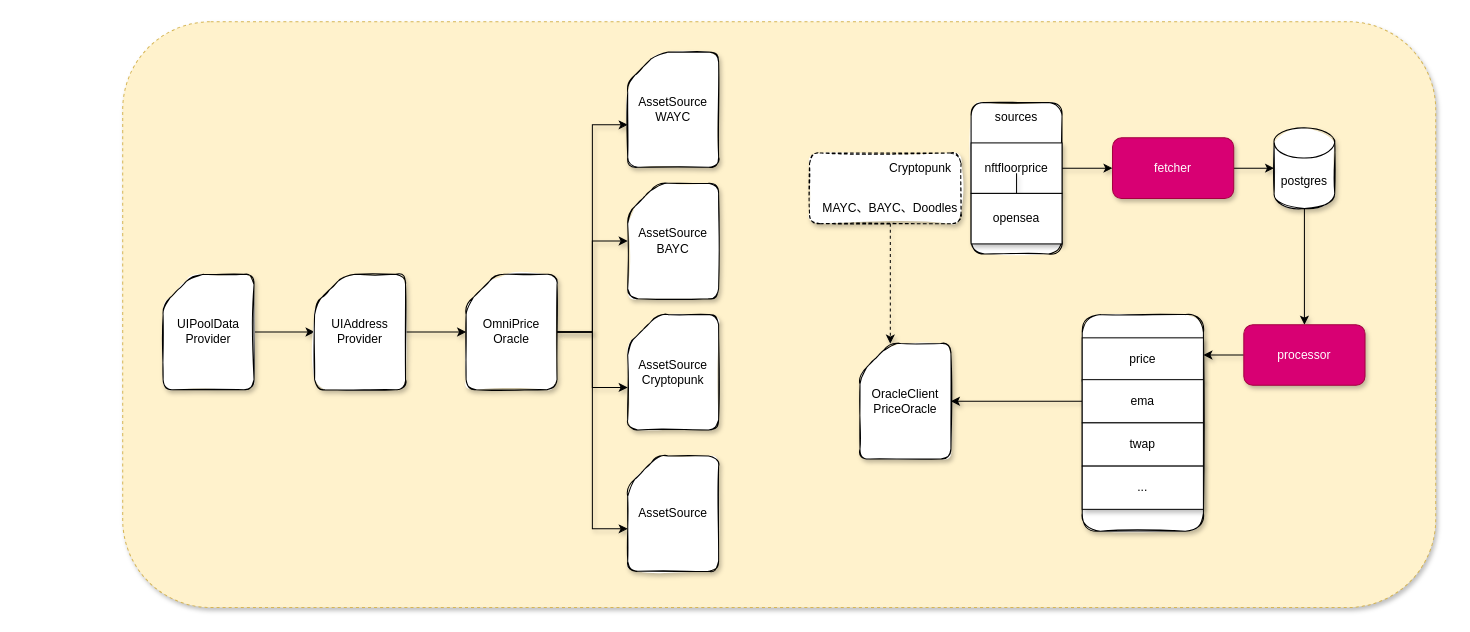
Before: drawio/nft-price-oracle.drawio in 0xrjman/resources, a draw.io diagram. Source tidied: cells renumbered, new cells numbered last; positions are measured from the earlier drawing's top-left corner, leaving out a move shared by most shapes. Both pictures are drawn from the tidied source at 101%, with x=0, y=0 at pixel (122, 21).
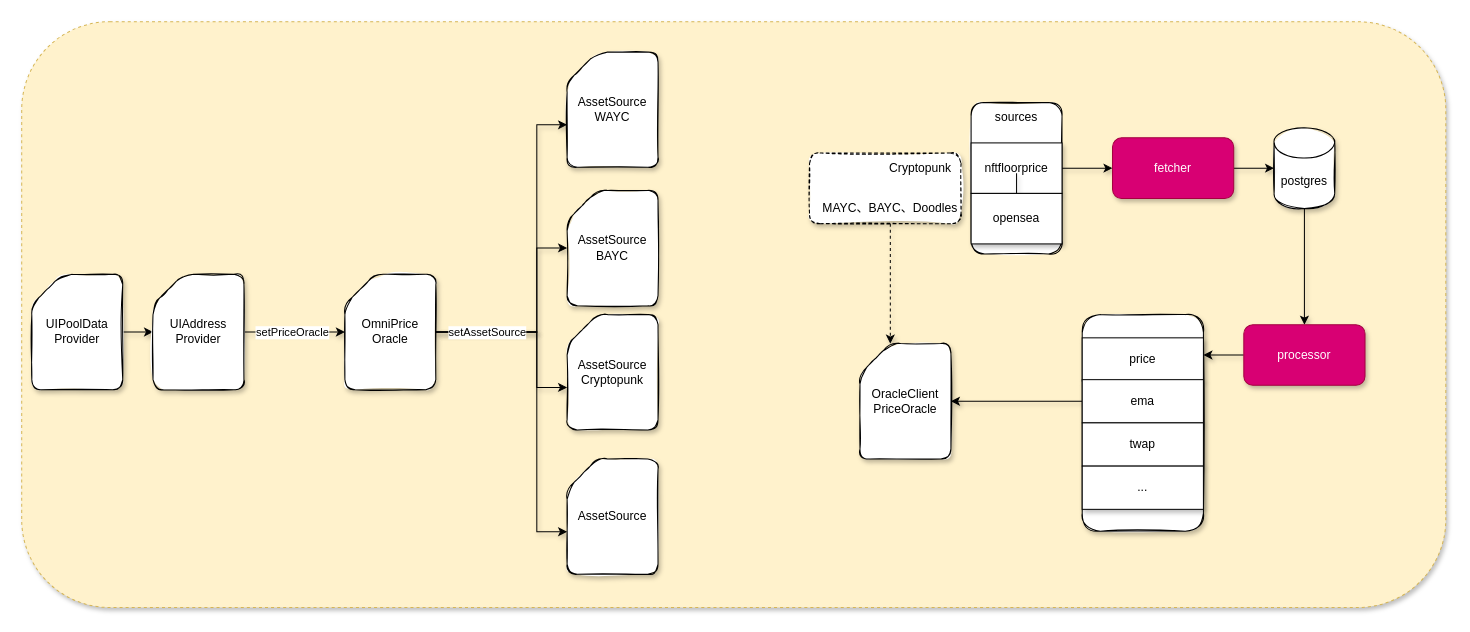
The same page after the edit.

The change refers to these unchanged cells:
```xml
<mxCell id="28" style="edgeStyle=orthogonalEdgeStyle;rounded=0;jettySize=auto;html=1;exitX=1;exitY=0.5;exitDx=0;exitDy=0;exitPerimeter=0;shadow=1;" parent="1" edge="1" source="29" target="34">
  <mxGeometry relative="1" as="geometry" />
</mxCell>
```

Change to the diagram source:
```diff
@@
     <mxCell id="2" style="rounded=1;whiteSpace=wrap;html=1;dashed=1;fillColor=#fff2cc;strokeColor=#d6b656;glass=0;shadow=1;" parent="1" vertex="1">
-      <mxGeometry width="1300" height="580" as="geometry" />
+      <mxGeometry x="-100" width="1410" height="580" as="geometry" />
     </mxCell>
@@
     <mxCell id="27" value="UIPoolData&lt;br&gt;Provider" style="shape=card;whiteSpace=wrap;html=1;shadow=1;rounded=1;sketch=1;" parent="1" vertex="1">
-      <mxGeometry x="40" y="250.1" width="90" height="114.2" as="geometry" />
+      <mxGeometry x="-90" y="250.1" width="90" height="114.2" as="geometry" />
     </mxCell>
@@
+    <mxCell id="39" value="setPriceOracle" style="edgeLabel;html=1;align=center;verticalAlign=middle;" parent="28" vertex="1">
+      <mxGeometry x="-0.33" y="-1" relative="1" as="geometry">
+        <mxPoint x="13" y="-1" as="offset" />
+      </mxGeometry>
+    </mxCell>
     <mxCell id="29" value="UIAddress&lt;br&gt;Provider" style="shape=card;whiteSpace=wrap;html=1;shadow=1;rounded=1;sketch=1;" parent="1" vertex="1">
-      <mxGeometry x="190" y="250.1" width="90" height="114.2" as="geometry" />
+      <mxGeometry x="30" y="250.1" width="90" height="114.2" as="geometry" />
     </mxCell>
     <mxCell id="30" style="edgeStyle=orthogonalEdgeStyle;rounded=0;jettySize=auto;html=1;exitX=1;exitY=0.5;exitDx=0;exitDy=0;exitPerimeter=0;shadow=1;" parent="1" edge="1" source="34" target="35">
-      <mxGeometry relative="1" as="geometry" />
+      <mxGeometry relative="1" as="geometry">
+        <Array as="points">
+          <mxPoint x="410" y="307" />
+          <mxPoint x="410" y="224" />
+        </Array>
+      </mxGeometry>
     </mxCell>
     <mxCell id="31" style="edgeStyle=orthogonalEdgeStyle;rounded=0;jettySize=auto;html=1;exitX=1;exitY=0.5;exitDx=0;exitDy=0;exitPerimeter=0;entryX=0;entryY=0;entryDx=0;entryDy=72.10499999999999;entryPerimeter=0;shadow=1;" parent="1" edge="1" source="34" target="36">
-      <mxGeometry relative="1" as="geometry" />
+      <mxGeometry relative="1" as="geometry">
+        <Array as="points">
+          <mxPoint x="410" y="307" />
+          <mxPoint x="410" y="362" />
+        </Array>
+      </mxGeometry>
     </mxCell>
     <mxCell id="32" style="edgeStyle=orthogonalEdgeStyle;rounded=0;jettySize=auto;html=1;exitX=1;exitY=0.5;exitDx=0;exitDy=0;exitPerimeter=0;entryX=0;entryY=0;entryDx=0;entryDy=72.10499999999999;entryPerimeter=0;shadow=1;" parent="1" edge="1" source="34" target="37">
-      <mxGeometry relative="1" as="geometry" />
+      <mxGeometry relative="1" as="geometry">
+        <Array as="points">
+          <mxPoint x="410" y="307" />
+          <mxPoint x="410" y="505" />
+        </Array>
+      </mxGeometry>
     </mxCell>
     <mxCell id="33" style="edgeStyle=orthogonalEdgeStyle;rounded=0;jettySize=auto;html=1;exitX=1;exitY=0.5;exitDx=0;exitDy=0;exitPerimeter=0;entryX=0;entryY=0;entryDx=0;entryDy=72.10499999999999;entryPerimeter=0;shadow=1;" parent="1" edge="1" source="34" target="38">
-      <mxGeometry relative="1" as="geometry" />
+      <mxGeometry relative="1" as="geometry">
+        <Array as="points">
+          <mxPoint x="410" y="307" />
+          <mxPoint x="410" y="102" />
+        </Array>
+      </mxGeometry>
     </mxCell>
+    <mxCell id="40" value="setAssetSource" style="edgeLabel;html=1;align=center;verticalAlign=middle;" parent="33" vertex="1">
+      <mxGeometry x="-0.77" y="-4" relative="1" as="geometry">
+        <mxPoint x="11" y="-4" as="offset" />
+      </mxGeometry>
+    </mxCell>
     <mxCell id="34" value="OmniPrice&lt;br&gt;Oracle" style="shape=card;whiteSpace=wrap;html=1;shadow=1;rounded=1;sketch=1;" parent="1" vertex="1">
-      <mxGeometry x="340" y="250.1" width="90" height="114.2" as="geometry" />
+      <mxGeometry x="220" y="250.1" width="90" height="114.2" as="geometry" />
     </mxCell>
     <mxCell id="35" value="AssetSource&lt;br&gt;BAYC" style="shape=card;whiteSpace=wrap;html=1;shadow=1;rounded=1;sketch=1;" parent="1" vertex="1">
-      <mxGeometry x="500" y="160" width="90" height="114.2" as="geometry" />
+      <mxGeometry x="440" y="167" width="90" height="114.2" as="geometry" />
     </mxCell>
     <mxCell id="36" value="AssetSource&lt;br&gt;Cryptopunk" style="shape=card;whiteSpace=wrap;html=1;shadow=1;rounded=1;sketch=1;" parent="1" vertex="1">
-      <mxGeometry x="500" y="290" width="90" height="114.2" as="geometry" />
+      <mxGeometry x="440" y="290" width="90" height="114.2" as="geometry" />
     </mxCell>
     <mxCell id="37" value="AssetSource&lt;br&gt;" style="shape=card;whiteSpace=wrap;html=1;shadow=1;rounded=1;sketch=1;" parent="1" vertex="1">
-      <mxGeometry x="500" y="430" width="90" height="114.2" as="geometry" />
+      <mxGeometry x="440" y="432.9" width="90" height="114.2" as="geometry" />
     </mxCell>
     <mxCell id="38" value="AssetSource&lt;br&gt;WAYC" style="shape=card;whiteSpace=wrap;html=1;shadow=1;rounded=1;sketch=1;" parent="1" vertex="1">
-      <mxGeometry x="500" y="30" width="90" height="114.2" as="geometry" />
+      <mxGeometry x="440" y="30" width="90" height="114.2" as="geometry" />
     </mxCell>
```
